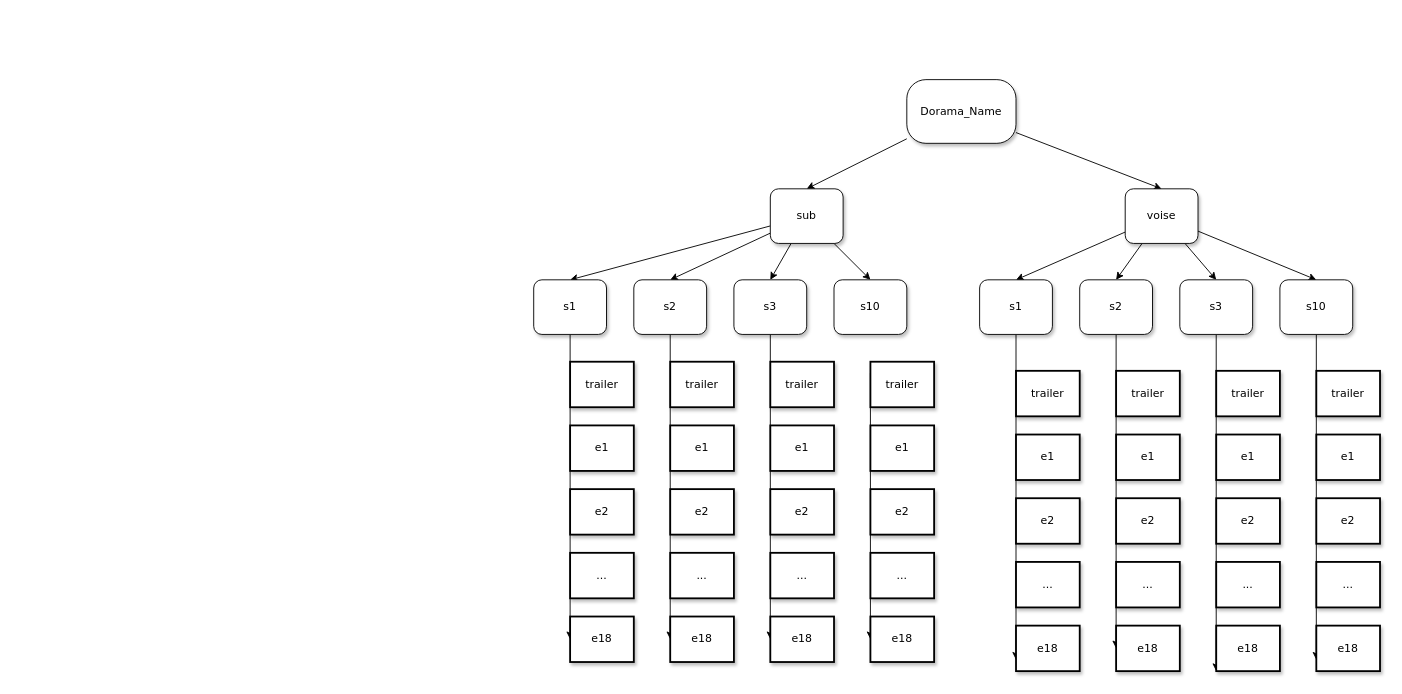
Above: Untitled Diagram.drawio in Dromich/car_dog_diagram (draw.io), before the change. Source tidied: cells renumbered, new cells numbered last; positions are measured from the earlier drawing's top-left corner, leaving out a move shared by most shapes. Both pictures are drawn from the tidied source at 91%, with x=0, y=0 at pixel (533, 79).
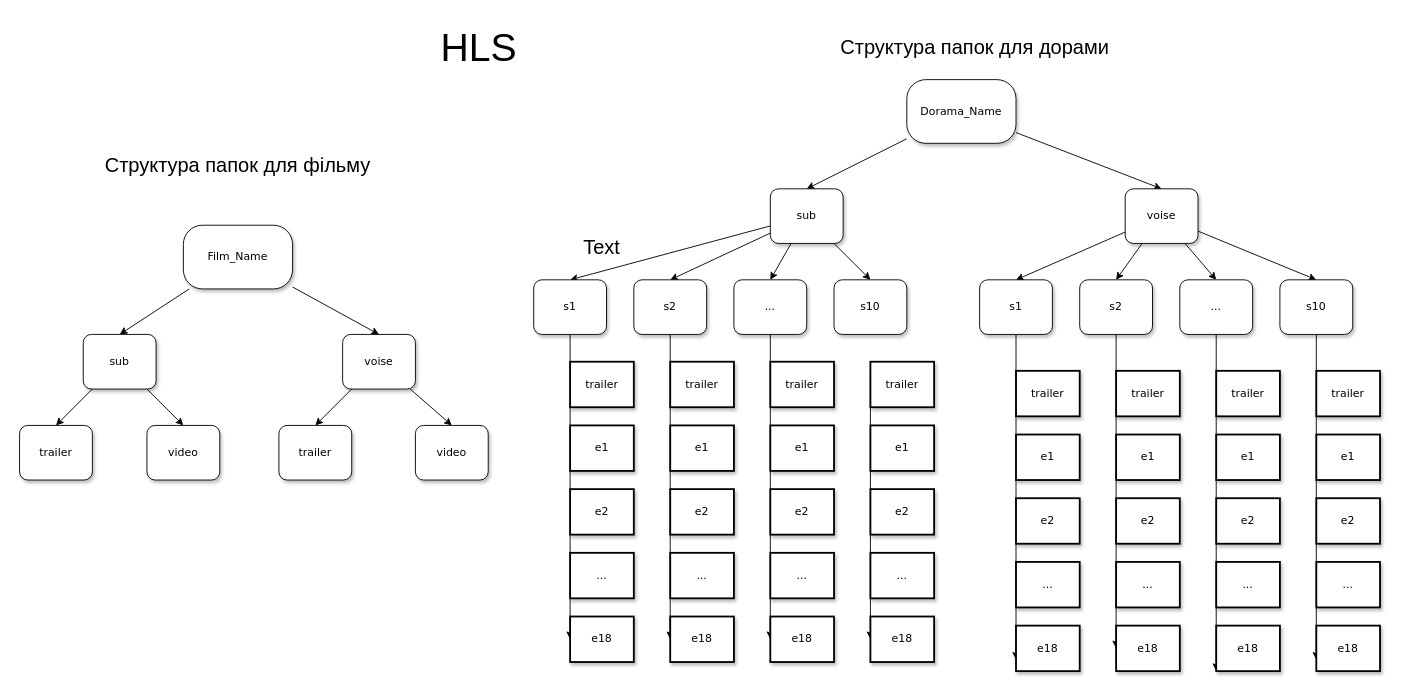
The same page after the edit.

Diff of the diagram source:
```diff
@@
-    <mxCell id="21" value="s3" style="whiteSpace=wrap;html=1;rounded=1;shadow=1;labelBackgroundColor=none;strokeWidth=1;fontFamily=Verdana;fontSize=12;align=center;" parent="1" vertex="1">
+    <mxCell id="21" value="..." style="whiteSpace=wrap;html=1;rounded=1;shadow=1;labelBackgroundColor=none;strokeWidth=1;fontFamily=Verdana;fontSize=12;align=center;" parent="1" vertex="1">
       <mxGeometry x="710" y="220" width="80" height="60" as="geometry" />
     </mxCell>
@@
-    <mxCell id="29" value="s3" style="whiteSpace=wrap;html=1;rounded=1;shadow=1;labelBackgroundColor=none;strokeWidth=1;fontFamily=Verdana;fontSize=12;align=center;" parent="1" vertex="1">
+    <mxCell id="29" value="..." style="whiteSpace=wrap;html=1;rounded=1;shadow=1;labelBackgroundColor=none;strokeWidth=1;fontFamily=Verdana;fontSize=12;align=center;" parent="1" vertex="1">
       <mxGeometry x="220" y="220" width="80" height="60" as="geometry" />
     </mxCell>
@@
+    <mxCell id="71" style="edgeStyle=none;rounded=0;jettySize=auto;html=1;entryX=0.5;entryY=0;entryDx=0;entryDy=0;" parent="1" edge="1" source="73" target="76">
+      <mxGeometry relative="1" as="geometry" />
+    </mxCell>
+    <mxCell id="72" style="edgeStyle=none;rounded=0;jettySize=auto;html=1;entryX=0.5;entryY=0;entryDx=0;entryDy=0;" parent="1" edge="1" source="73" target="79">
+      <mxGeometry relative="1" as="geometry" />
+    </mxCell>
+    <mxCell id="73" value="Film_Name" style="whiteSpace=wrap;html=1;rounded=1;shadow=1;labelBackgroundColor=none;strokeWidth=1;fontFamily=Verdana;fontSize=12;align=center;arcSize=30;" parent="1" vertex="1">
+      <mxGeometry x="-385" y="160" width="120" height="70" as="geometry" />
+    </mxCell>
+    <mxCell id="74" style="edgeStyle=none;rounded=0;jettySize=auto;html=1;entryX=0.5;entryY=0;entryDx=0;entryDy=0;" parent="1" edge="1" source="76" target="81">
+      <mxGeometry relative="1" as="geometry" />
+    </mxCell>
+    <mxCell id="75" style="edgeStyle=none;rounded=0;jettySize=auto;html=1;entryX=0.5;entryY=0;entryDx=0;entryDy=0;" parent="1" edge="1" source="76" target="80">
+      <mxGeometry relative="1" as="geometry" />
+    </mxCell>
+    <mxCell id="76" value="sub" style="whiteSpace=wrap;html=1;rounded=1;shadow=1;labelBackgroundColor=none;strokeWidth=1;fontFamily=Verdana;fontSize=12;align=center;" parent="1" vertex="1">
+      <mxGeometry x="-495" y="280" width="80" height="60" as="geometry" />
+    </mxCell>
+    <mxCell id="77" style="edgeStyle=none;rounded=0;jettySize=auto;html=1;entryX=0.5;entryY=0;entryDx=0;entryDy=0;" parent="1" edge="1" source="79" target="82">
+      <mxGeometry relative="1" as="geometry" />
+    </mxCell>
+    <mxCell id="78" style="edgeStyle=none;rounded=0;jettySize=auto;html=1;entryX=0.5;entryY=0;entryDx=0;entryDy=0;" parent="1" edge="1" source="79" target="83">
+      <mxGeometry relative="1" as="geometry" />
+    </mxCell>
+    <mxCell id="79" value="voise" style="whiteSpace=wrap;html=1;rounded=1;shadow=1;labelBackgroundColor=none;strokeWidth=1;fontFamily=Verdana;fontSize=12;align=center;" parent="1" vertex="1">
+      <mxGeometry x="-210" y="280" width="80" height="60" as="geometry" />
+    </mxCell>
+    <mxCell id="80" value="trailer" style="whiteSpace=wrap;html=1;rounded=1;shadow=1;labelBackgroundColor=none;strokeWidth=1;fontFamily=Verdana;fontSize=12;align=center;" parent="1" vertex="1">
+      <mxGeometry x="-565" y="380" width="80" height="60" as="geometry" />
+    </mxCell>
+    <mxCell id="81" value="video" style="whiteSpace=wrap;html=1;rounded=1;shadow=1;labelBackgroundColor=none;strokeWidth=1;fontFamily=Verdana;fontSize=12;align=center;" parent="1" vertex="1">
+      <mxGeometry x="-425" y="380" width="80" height="60" as="geometry" />
+    </mxCell>
+    <mxCell id="82" value="trailer" style="whiteSpace=wrap;html=1;rounded=1;shadow=1;labelBackgroundColor=none;strokeWidth=1;fontFamily=Verdana;fontSize=12;align=center;" parent="1" vertex="1">
+      <mxGeometry x="-280" y="380" width="80" height="60" as="geometry" />
+    </mxCell>
+    <mxCell id="83" value="video" style="whiteSpace=wrap;html=1;rounded=1;shadow=1;labelBackgroundColor=none;strokeWidth=1;fontFamily=Verdana;fontSize=12;align=center;" parent="1" vertex="1">
+      <mxGeometry x="-130" y="380" width="80" height="60" as="geometry" />
+    </mxCell>
+    <mxCell id="84" value="&lt;font style=&quot;font-size: 22px&quot;&gt;Структура папок для фільму&lt;/font&gt;" style="text;html=1;strokeColor=none;fillColor=none;align=center;verticalAlign=middle;whiteSpace=wrap;rounded=0;" parent="1" vertex="1">
+      <mxGeometry x="-505" y="80" width="360" height="30" as="geometry" />
+    </mxCell>
+    <mxCell id="85" value="&lt;font style=&quot;font-size: 22px&quot;&gt;Структура папок для дорами&lt;/font&gt;" style="text;html=1;strokeColor=none;fillColor=none;align=center;verticalAlign=middle;whiteSpace=wrap;rounded=0;" parent="1" vertex="1">
+      <mxGeometry x="305" y="-50" width="360" height="30" as="geometry" />
+    </mxCell>
+    <mxCell id="86" value="Text" style="text;html=1;strokeColor=none;fillColor=none;align=center;verticalAlign=middle;whiteSpace=wrap;rounded=0;fontSize=22;" parent="1" vertex="1">
+      <mxGeometry x="45" y="170" width="60" height="30" as="geometry" />
+    </mxCell>
+    <mxCell id="87" value="&lt;font style=&quot;font-size: 43px&quot;&gt;HLS&lt;/font&gt;" style="text;html=1;strokeColor=none;fillColor=none;align=center;verticalAlign=middle;whiteSpace=wrap;rounded=0;fontSize=22;" parent="1" vertex="1">
+      <mxGeometry x="-175" y="-70" width="230" height="70" as="geometry" />
+    </mxCell>
```
